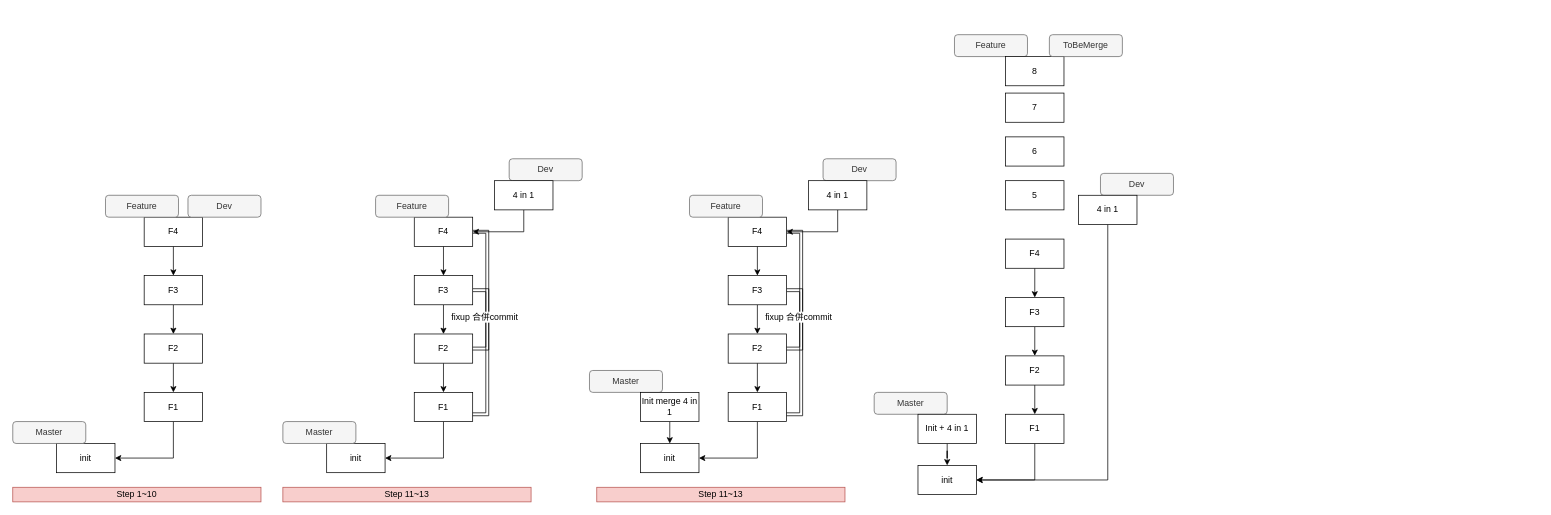
Before: Git Flow Example.drawio in BenmrChen/Draw.io, a draw.io diagram. Source tidied: cells renumbered, new cells numbered last; positions are measured from the earlier drawing's top-left corner, leaving out a move shared by most shapes. Both pictures are drawn from the tidied source at 73%, with x=0, y=0 at pixel (12, 34).
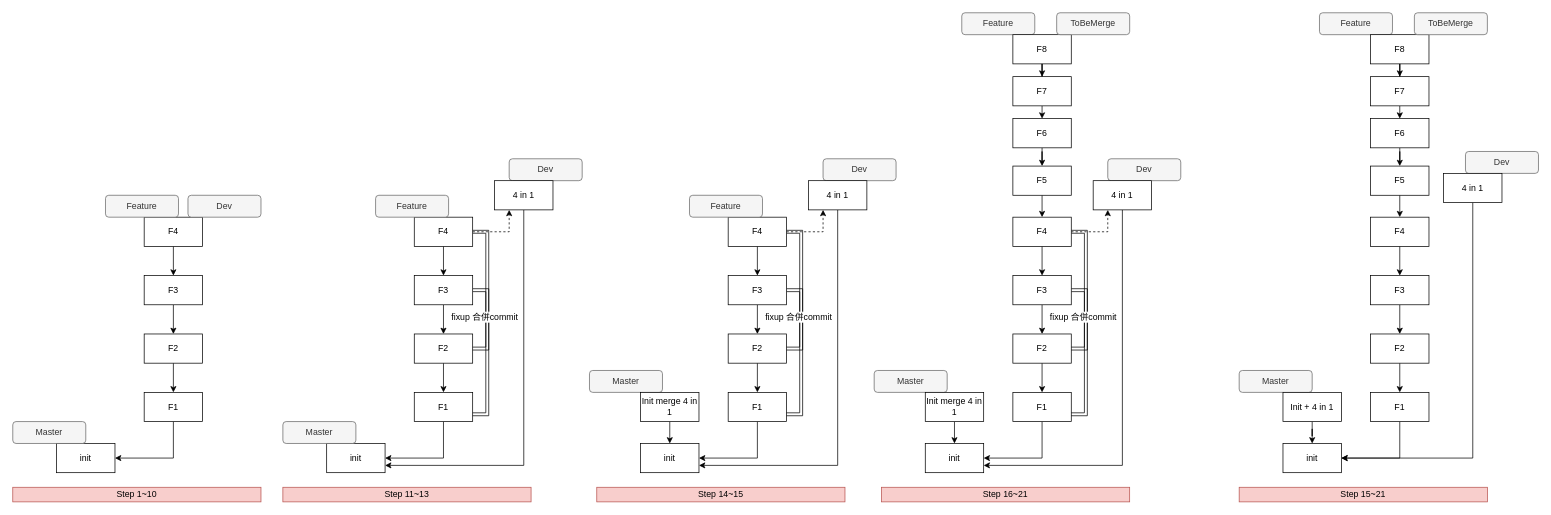
The same diagram, later.

The change refers to these unchanged cells:
```xml
<mxCell id="36" value="init&lt;br&gt;" style="rounded=0;whiteSpace=wrap;html=1;" parent="1" vertex="1">
  <mxGeometry x="430" y="560" width="80" height="40" as="geometry" />
</mxCell>
<mxCell id="47" value="F4" style="rounded=0;whiteSpace=wrap;html=1;" parent="1" vertex="1">
  <mxGeometry x="550" y="250" width="80" height="40" as="geometry" />
</mxCell>
<mxCell id="53" value="4 in 1" style="rounded=0;whiteSpace=wrap;html=1;" parent="1" vertex="1">
  <mxGeometry x="660" y="200" width="80" height="40" as="geometry" />
</mxCell>
<mxCell id="54" value="init&lt;br&gt;" style="rounded=0;whiteSpace=wrap;html=1;" parent="1" vertex="1">
  <mxGeometry x="860" y="560" width="80" height="40" as="geometry" />
</mxCell>
<mxCell id="65" value="F4" style="rounded=0;whiteSpace=wrap;html=1;" parent="1" vertex="1">
  <mxGeometry x="980" y="250" width="80" height="40" as="geometry" />
</mxCell>
<mxCell id="71" value="4 in 1" style="rounded=0;whiteSpace=wrap;html=1;" parent="1" vertex="1">
  <mxGeometry x="1090" y="200" width="80" height="40" as="geometry" />
</mxCell>
```

The edit, as a diff of the source:
```diff
@@
     <mxCell id="2" value="init&lt;br&gt;" style="rounded=0;whiteSpace=wrap;html=1;" parent="1" vertex="1">
-      <mxGeometry x="1240" y="590" width="80" height="40" as="geometry" />
+      <mxGeometry x="1740" y="560" width="80" height="40" as="geometry" />
     </mxCell>
@@
     <mxCell id="4" value="F1" style="rounded=0;whiteSpace=wrap;html=1;" parent="1" vertex="1">
-      <mxGeometry x="1360" y="520" width="80" height="40" as="geometry" />
+      <mxGeometry x="1860" y="490" width="80" height="40" as="geometry" />
     </mxCell>
@@
     <mxCell id="6" value="F2" style="rounded=0;whiteSpace=wrap;html=1;" parent="1" vertex="1">
-      <mxGeometry x="1360" y="440" width="80" height="40" as="geometry" />
+      <mxGeometry x="1860" y="410" width="80" height="40" as="geometry" />
     </mxCell>
@@
     <mxCell id="8" value="F3" style="rounded=0;whiteSpace=wrap;html=1;" parent="1" vertex="1">
-      <mxGeometry x="1360" y="360" width="80" height="40" as="geometry" />
+      <mxGeometry x="1860" y="330" width="80" height="40" as="geometry" />
     </mxCell>
@@
     <mxCell id="10" value="F4" style="rounded=0;whiteSpace=wrap;html=1;" parent="1" vertex="1">
-      <mxGeometry x="1360" y="280" width="80" height="40" as="geometry" />
+      <mxGeometry x="1860" y="250" width="80" height="40" as="geometry" />
     </mxCell>
     <mxCell id="11" value="Feature" style="rounded=1;whiteSpace=wrap;html=1;fillColor=#f5f5f5;strokeColor=#666666;fontColor=#333333;" parent="1" vertex="1">
-      <mxGeometry x="1290" width="100" height="30" as="geometry" />
+      <mxGeometry x="1790" y="-30" width="100" height="30" as="geometry" />
     </mxCell>
     <mxCell id="12" value="Master" style="rounded=1;whiteSpace=wrap;html=1;fillColor=#f5f5f5;strokeColor=#666666;fontColor=#333333;" parent="1" vertex="1">
-      <mxGeometry x="1180" y="490" width="100" height="30" as="geometry" />
+      <mxGeometry x="1680" y="460" width="100" height="30" as="geometry" />
     </mxCell>
     <mxCell id="13" value="Dev" style="rounded=1;whiteSpace=wrap;html=1;fillColor=#f5f5f5;strokeColor=#666666;fontColor=#333333;" parent="1" vertex="1">
-      <mxGeometry x="1490" y="190" width="100" height="30" as="geometry" />
+      <mxGeometry x="1990" y="160" width="100" height="30" as="geometry" />
     </mxCell>
@@
     <mxCell id="15" value="4 in 1" style="rounded=0;whiteSpace=wrap;html=1;" parent="1" vertex="1">
-      <mxGeometry x="1460" y="220" width="80" height="40" as="geometry" />
+      <mxGeometry x="1960" y="190" width="80" height="40" as="geometry" />
     </mxCell>
@@
     <mxCell id="17" value="Init + 4 in 1" style="rounded=0;whiteSpace=wrap;html=1;" parent="1" vertex="1">
-      <mxGeometry x="1240" y="520" width="80" height="40" as="geometry" />
+      <mxGeometry x="1740" y="490" width="80" height="40" as="geometry" />
     </mxCell>
+    <mxCell id="74" style="edgeStyle=orthogonalEdgeStyle;rounded=0;jettySize=auto;html=1;exitX=0.5;exitY=1;exitDx=0;exitDy=0;entryX=0.5;entryY=0;entryDx=0;entryDy=0;" parent="1" edge="1" source="18" target="10">
+      <mxGeometry relative="1" as="geometry" />
+    </mxCell>
-    <mxCell id="18" value="5" style="rounded=0;whiteSpace=wrap;html=1;" parent="1" vertex="1">
-      <mxGeometry x="1360" y="200" width="80" height="40" as="geometry" />
+    <mxCell id="18" value="F5" style="rounded=0;whiteSpace=wrap;html=1;" parent="1" vertex="1">
+      <mxGeometry x="1860" y="180" width="80" height="40" as="geometry" />
     </mxCell>
+    <mxCell id="75" style="edgeStyle=orthogonalEdgeStyle;rounded=0;jettySize=auto;html=1;exitX=0.5;exitY=1;exitDx=0;exitDy=0;" parent="1" edge="1" source="19" target="20">
+      <mxGeometry relative="1" as="geometry" />
+    </mxCell>
-    <mxCell id="19" value="8" style="rounded=0;whiteSpace=wrap;html=1;" parent="1" vertex="1">
-      <mxGeometry x="1360" y="30" width="80" height="40" as="geometry" />
+    <mxCell id="19" value="F8" style="rounded=0;whiteSpace=wrap;html=1;" parent="1" vertex="1">
+      <mxGeometry x="1860" width="80" height="40" as="geometry" />
     </mxCell>
+    <mxCell id="76" style="edgeStyle=orthogonalEdgeStyle;rounded=0;jettySize=auto;html=1;exitX=0.5;exitY=1;exitDx=0;exitDy=0;entryX=0.5;entryY=0;entryDx=0;entryDy=0;" parent="1" edge="1" source="20" target="21">
+      <mxGeometry relative="1" as="geometry" />
+    </mxCell>
-    <mxCell id="20" value="7" style="rounded=0;whiteSpace=wrap;html=1;" parent="1" vertex="1">
-      <mxGeometry x="1360" y="80" width="80" height="40" as="geometry" />
+    <mxCell id="20" value="F7" style="rounded=0;whiteSpace=wrap;html=1;" parent="1" vertex="1">
+      <mxGeometry x="1860" y="57.5" width="80" height="40" as="geometry" />
     </mxCell>
+    <mxCell id="77" style="edgeStyle=orthogonalEdgeStyle;rounded=0;jettySize=auto;html=1;exitX=0.5;exitY=1;exitDx=0;exitDy=0;" parent="1" edge="1" source="21" target="18">
+      <mxGeometry relative="1" as="geometry" />
+    </mxCell>
-    <mxCell id="21" value="6" style="rounded=0;whiteSpace=wrap;html=1;" parent="1" vertex="1">
-      <mxGeometry x="1360" y="140" width="80" height="40" as="geometry" />
+    <mxCell id="21" value="F6" style="rounded=0;whiteSpace=wrap;html=1;" parent="1" vertex="1">
+      <mxGeometry x="1860" y="115" width="80" height="40" as="geometry" />
     </mxCell>
     <mxCell id="22" value="ToBeMerge" style="rounded=1;whiteSpace=wrap;html=1;fillColor=#f5f5f5;strokeColor=#666666;fontColor=#333333;" parent="1" vertex="1">
-      <mxGeometry x="1420" width="100" height="30" as="geometry" />
+      <mxGeometry x="1920" y="-30" width="100" height="30" as="geometry" />
     </mxCell>
@@
+    <mxCell id="78" style="edgeStyle=orthogonalEdgeStyle;rounded=0;jettySize=auto;html=1;exitX=1;exitY=0.5;exitDx=0;exitDy=0;entryX=0.25;entryY=1;entryDx=0;entryDy=0;dashed=1;" parent="1" edge="1" source="47" target="53">
+      <mxGeometry relative="1" as="geometry" />
+    </mxCell>
@@
-    <mxCell id="52" style="edgeStyle=orthogonalEdgeStyle;rounded=0;jettySize=auto;html=1;exitX=0.5;exitY=1;exitDx=0;exitDy=0;entryX=1;entryY=0.5;entryDx=0;entryDy=0;" parent="1" edge="1" source="53" target="47">
-      <mxGeometry relative="1" as="geometry" />
-    </mxCell>
+    <mxCell id="79" style="edgeStyle=orthogonalEdgeStyle;rounded=0;jettySize=auto;html=1;exitX=0.5;exitY=1;exitDx=0;exitDy=0;entryX=1;entryY=0.75;entryDx=0;entryDy=0;" parent="1" edge="1" source="53" target="36">
+      <mxGeometry relative="1" as="geometry" />
+    </mxCell>
@@
+    <mxCell id="80" style="edgeStyle=orthogonalEdgeStyle;rounded=0;jettySize=auto;html=1;exitX=1;exitY=0.5;exitDx=0;exitDy=0;entryX=0.25;entryY=1;entryDx=0;entryDy=0;dashed=1;" parent="1" edge="1" source="65" target="71">
+      <mxGeometry relative="1" as="geometry" />
+    </mxCell>
@@
-    <mxCell id="69" value="Step 11~13" style="rounded=0;whiteSpace=wrap;html=1;fillColor=#f8cecc;strokeColor=#b85450;" parent="1" vertex="1">
+    <mxCell id="69" value="Step 14~15" style="rounded=0;whiteSpace=wrap;html=1;fillColor=#f8cecc;strokeColor=#b85450;" parent="1" vertex="1">
       <mxGeometry x="800" y="620" width="340" height="20" as="geometry" />
     </mxCell>
-    <mxCell id="70" style="edgeStyle=orthogonalEdgeStyle;rounded=0;jettySize=auto;html=1;exitX=0.5;exitY=1;exitDx=0;exitDy=0;entryX=1;entryY=0.5;entryDx=0;entryDy=0;" parent="1" edge="1" source="71" target="65">
-      <mxGeometry relative="1" as="geometry" />
-    </mxCell>
+    <mxCell id="81" style="edgeStyle=orthogonalEdgeStyle;rounded=0;jettySize=auto;html=1;exitX=0.5;exitY=1;exitDx=0;exitDy=0;entryX=1;entryY=0.75;entryDx=0;entryDy=0;" parent="1" edge="1" source="71" target="54">
+      <mxGeometry relative="1" as="geometry" />
+    </mxCell>
@@
+    <mxCell id="82" value="init&lt;br&gt;" style="rounded=0;whiteSpace=wrap;html=1;" parent="1" vertex="1">
+      <mxGeometry x="1250" y="560" width="80" height="40" as="geometry" />
+    </mxCell>
+    <mxCell id="83" style="edgeStyle=orthogonalEdgeStyle;rounded=0;jettySize=auto;html=1;exitX=0.5;exitY=1;exitDx=0;exitDy=0;entryX=1;entryY=0.5;entryDx=0;entryDy=0;" parent="1" edge="1" source="84" target="82">
+      <mxGeometry relative="1" as="geometry" />
+    </mxCell>
+    <mxCell id="84" value="F1" style="rounded=0;whiteSpace=wrap;html=1;" parent="1" vertex="1">
+      <mxGeometry x="1370" y="490" width="80" height="40" as="geometry" />
+    </mxCell>
+    <mxCell id="85" style="edgeStyle=orthogonalEdgeStyle;rounded=0;jettySize=auto;html=1;exitX=0.5;exitY=1;exitDx=0;exitDy=0;" parent="1" edge="1" source="86" target="84">
+      <mxGeometry relative="1" as="geometry" />
+    </mxCell>
+    <mxCell id="86" value="F2" style="rounded=0;whiteSpace=wrap;html=1;" parent="1" vertex="1">
+      <mxGeometry x="1370" y="410" width="80" height="40" as="geometry" />
+    </mxCell>
+    <mxCell id="87" style="edgeStyle=orthogonalEdgeStyle;rounded=0;jettySize=auto;html=1;exitX=0.5;exitY=1;exitDx=0;exitDy=0;entryX=0.5;entryY=0;entryDx=0;entryDy=0;" parent="1" edge="1" source="89" target="86">
+      <mxGeometry relative="1" as="geometry" />
+    </mxCell>
+    <mxCell id="88" style="edgeStyle=orthogonalEdgeStyle;shape=link;rounded=0;jettySize=auto;html=1;exitX=1;exitY=0.5;exitDx=0;exitDy=0;entryX=1;entryY=0.5;entryDx=0;entryDy=0;" parent="1" edge="1" source="89" target="86">
+      <mxGeometry relative="1" as="geometry" />
+    </mxCell>
+    <mxCell id="89" value="F3" style="rounded=0;whiteSpace=wrap;html=1;" parent="1" vertex="1">
+      <mxGeometry x="1370" y="330" width="80" height="40" as="geometry" />
+    </mxCell>
+    <mxCell id="90" style="edgeStyle=orthogonalEdgeStyle;rounded=0;jettySize=auto;html=1;exitX=0.5;exitY=1;exitDx=0;exitDy=0;entryX=0.5;entryY=0;entryDx=0;entryDy=0;" parent="1" edge="1" source="94" target="89">
+      <mxGeometry relative="1" as="geometry" />
+    </mxCell>
+    <mxCell id="91" style="edgeStyle=orthogonalEdgeStyle;rounded=0;jettySize=auto;html=1;exitX=1;exitY=0.5;exitDx=0;exitDy=0;entryX=1;entryY=0.75;entryDx=0;entryDy=0;shape=link;" parent="1" edge="1" source="94" target="84">
+      <mxGeometry relative="1" as="geometry" />
+    </mxCell>
+    <mxCell id="92" value="fixup 合併commit&amp;nbsp;" style="text;html=1;align=center;verticalAlign=middle;labelBackgroundColor=#ffffff;" parent="91" vertex="1">
+      <mxGeometry x="-0.06" y="-3" relative="1" as="geometry" />
+    </mxCell>
+    <mxCell id="93" style="edgeStyle=orthogonalEdgeStyle;rounded=0;jettySize=auto;html=1;exitX=1;exitY=0.5;exitDx=0;exitDy=0;entryX=0.25;entryY=1;entryDx=0;entryDy=0;dashed=1;" parent="1" edge="1" source="94" target="99">
+      <mxGeometry relative="1" as="geometry" />
+    </mxCell>
+    <mxCell id="94" value="F4" style="rounded=0;whiteSpace=wrap;html=1;" parent="1" vertex="1">
+      <mxGeometry x="1370" y="250" width="80" height="40" as="geometry" />
+    </mxCell>
+    <mxCell id="95" value="Master" style="rounded=1;whiteSpace=wrap;html=1;fillColor=#f5f5f5;strokeColor=#666666;fontColor=#333333;" parent="1" vertex="1">
+      <mxGeometry x="1180" y="460" width="100" height="30" as="geometry" />
+    </mxCell>
+    <mxCell id="96" value="Dev" style="rounded=1;whiteSpace=wrap;html=1;fillColor=#f5f5f5;strokeColor=#666666;fontColor=#333333;" parent="1" vertex="1">
+      <mxGeometry x="1500" y="170" width="100" height="30" as="geometry" />
+    </mxCell>
+    <mxCell id="97" value="Step 16~21" style="rounded=0;whiteSpace=wrap;html=1;fillColor=#f8cecc;strokeColor=#b85450;" parent="1" vertex="1">
+      <mxGeometry x="1190" y="620" width="340" height="20" as="geometry" />
+    </mxCell>
+    <mxCell id="98" style="edgeStyle=orthogonalEdgeStyle;rounded=0;jettySize=auto;html=1;exitX=0.5;exitY=1;exitDx=0;exitDy=0;entryX=1;entryY=0.75;entryDx=0;entryDy=0;" parent="1" edge="1" source="99" target="82">
+      <mxGeometry relative="1" as="geometry" />
+    </mxCell>
+    <mxCell id="99" value="4 in 1" style="rounded=0;whiteSpace=wrap;html=1;" parent="1" vertex="1">
+      <mxGeometry x="1480" y="200" width="80" height="40" as="geometry" />
+    </mxCell>
+    <mxCell id="100" style="edgeStyle=orthogonalEdgeStyle;rounded=0;jettySize=auto;html=1;exitX=0.5;exitY=1;exitDx=0;exitDy=0;entryX=0.5;entryY=0;entryDx=0;entryDy=0;" parent="1" edge="1" source="101" target="82">
+      <mxGeometry relative="1" as="geometry" />
+    </mxCell>
+    <mxCell id="101" value="Init merge 4 in 1" style="rounded=0;whiteSpace=wrap;html=1;" parent="1" vertex="1">
+      <mxGeometry x="1250" y="490" width="80" height="40" as="geometry" />
+    </mxCell>
+    <mxCell id="102" value="Step 15~21" style="rounded=0;whiteSpace=wrap;html=1;fillColor=#f8cecc;strokeColor=#b85450;" parent="1" vertex="1">
+      <mxGeometry x="1680" y="620" width="340" height="20" as="geometry" />
+    </mxCell>
+    <mxCell id="103" value="Feature" style="rounded=1;whiteSpace=wrap;html=1;fillColor=#f5f5f5;strokeColor=#666666;fontColor=#333333;" parent="1" vertex="1">
+      <mxGeometry x="1300" y="-30" width="100" height="30" as="geometry" />
+    </mxCell>
+    <mxCell id="104" style="edgeStyle=orthogonalEdgeStyle;rounded=0;jettySize=auto;html=1;exitX=0.5;exitY=1;exitDx=0;exitDy=0;entryX=0.5;entryY=0;entryDx=0;entryDy=0;" parent="1" edge="1" source="105">
+      <mxGeometry relative="1" as="geometry">
+        <mxPoint x="1410" y="250" as="targetPoint" />
+      </mxGeometry>
+    </mxCell>
+    <mxCell id="105" value="F5" style="rounded=0;whiteSpace=wrap;html=1;" parent="1" vertex="1">
+      <mxGeometry x="1370" y="180" width="80" height="40" as="geometry" />
+    </mxCell>
+    <mxCell id="106" style="edgeStyle=orthogonalEdgeStyle;rounded=0;jettySize=auto;html=1;exitX=0.5;exitY=1;exitDx=0;exitDy=0;" parent="1" edge="1" source="107" target="109">
+      <mxGeometry relative="1" as="geometry" />
+    </mxCell>
+    <mxCell id="107" value="F8" style="rounded=0;whiteSpace=wrap;html=1;" parent="1" vertex="1">
+      <mxGeometry x="1370" width="80" height="40" as="geometry" />
+    </mxCell>
+    <mxCell id="108" style="edgeStyle=orthogonalEdgeStyle;rounded=0;jettySize=auto;html=1;exitX=0.5;exitY=1;exitDx=0;exitDy=0;entryX=0.5;entryY=0;entryDx=0;entryDy=0;" parent="1" edge="1" source="109" target="111">
+      <mxGeometry relative="1" as="geometry" />
+    </mxCell>
+    <mxCell id="109" value="F7" style="rounded=0;whiteSpace=wrap;html=1;" parent="1" vertex="1">
+      <mxGeometry x="1370" y="57.5" width="80" height="40" as="geometry" />
+    </mxCell>
+    <mxCell id="110" style="edgeStyle=orthogonalEdgeStyle;rounded=0;jettySize=auto;html=1;exitX=0.5;exitY=1;exitDx=0;exitDy=0;" parent="1" edge="1" source="111" target="105">
+      <mxGeometry relative="1" as="geometry" />
+    </mxCell>
+    <mxCell id="111" value="F6" style="rounded=0;whiteSpace=wrap;html=1;" parent="1" vertex="1">
+      <mxGeometry x="1370" y="115" width="80" height="40" as="geometry" />
+    </mxCell>
+    <mxCell id="112" value="ToBeMerge" style="rounded=1;whiteSpace=wrap;html=1;fillColor=#f5f5f5;strokeColor=#666666;fontColor=#333333;" parent="1" vertex="1">
+      <mxGeometry x="1430" y="-30" width="100" height="30" as="geometry" />
+    </mxCell>
```
